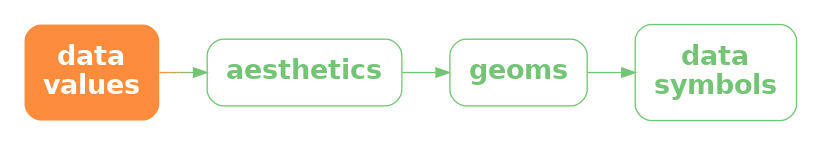
Earlier version of the Graphviz export Diagrams/data-aes-geom-sym.png (pmur002/hdvw). Its source is kept beside it as Diagrams/data-aes-geom-sym.dot.
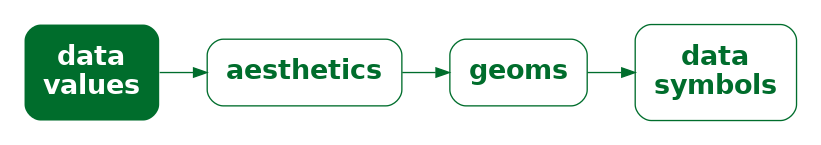
The same file after the commit.

The edit, as a diff of the source:
```diff
@@ -1,12 +1,12 @@
 digraph {
   graph [ rankdir=LR; margin=.2; nodesep=.5 ];
   node [ fontsize=20; fontname="sans bold"; margin=.2 ];
-  data [ label="data\nvalues"; shape=box; style="filled, rounded"; penwidth=0; fontcolor=white; fillcolor="#FD8D3C" ]
-  aes [ label="aesthetics"; shape=box; style=rounded; color="#74C476"; fontcolor="#74C476" ]
-  geom [ label="geoms"; shape=box; style=rounded; color="#74C476"; fontcolor="#74C476" ]
+  data [ label="data\nvalues"; shape=box; style="filled, rounded"; penwidth=0; fontcolor=white; fillcolor="#006D2C" ]
+  aes [ label="aesthetics"; shape=box; style=rounded; color="#006D2C"; fontcolor="#006D2C" ]
+  geom [ label="geoms"; shape=box; style=rounded; color="#006D2C"; fontcolor="#006D2C" ]
   sym [ label="data\nsymbols"; shape=box;
-     style="rounded"; color="#74C476"; fontcolor="#74C476" ]
-  data -> aes [ style="bold"; penwidth=1; color="#FD8D3C;0.1:#EE9342;0.1:#DF9949;0.1:#CF9F4F;0.1:#C0A556;0.1:#B1AC5C;0.1:#A2B263;0.1:#92B869;0.1:#83BE70;0.1:#74C476;0.1" ]
-  aes -> geom [ style="solid", color="#74C476" ]
-  geom -> sym [ style="solid", color="#74C476" ]
+     style="rounded"; color="#006D2C"; fontcolor="#006D2C" ]
+  data -> aes [ style="bold"; penwidth=1; color="#006D2C" ]
+  aes -> geom [ style="solid", color="#006D2C" ]
+  geom -> sym [ style="solid", color="#006D2C" ]
 }
```
